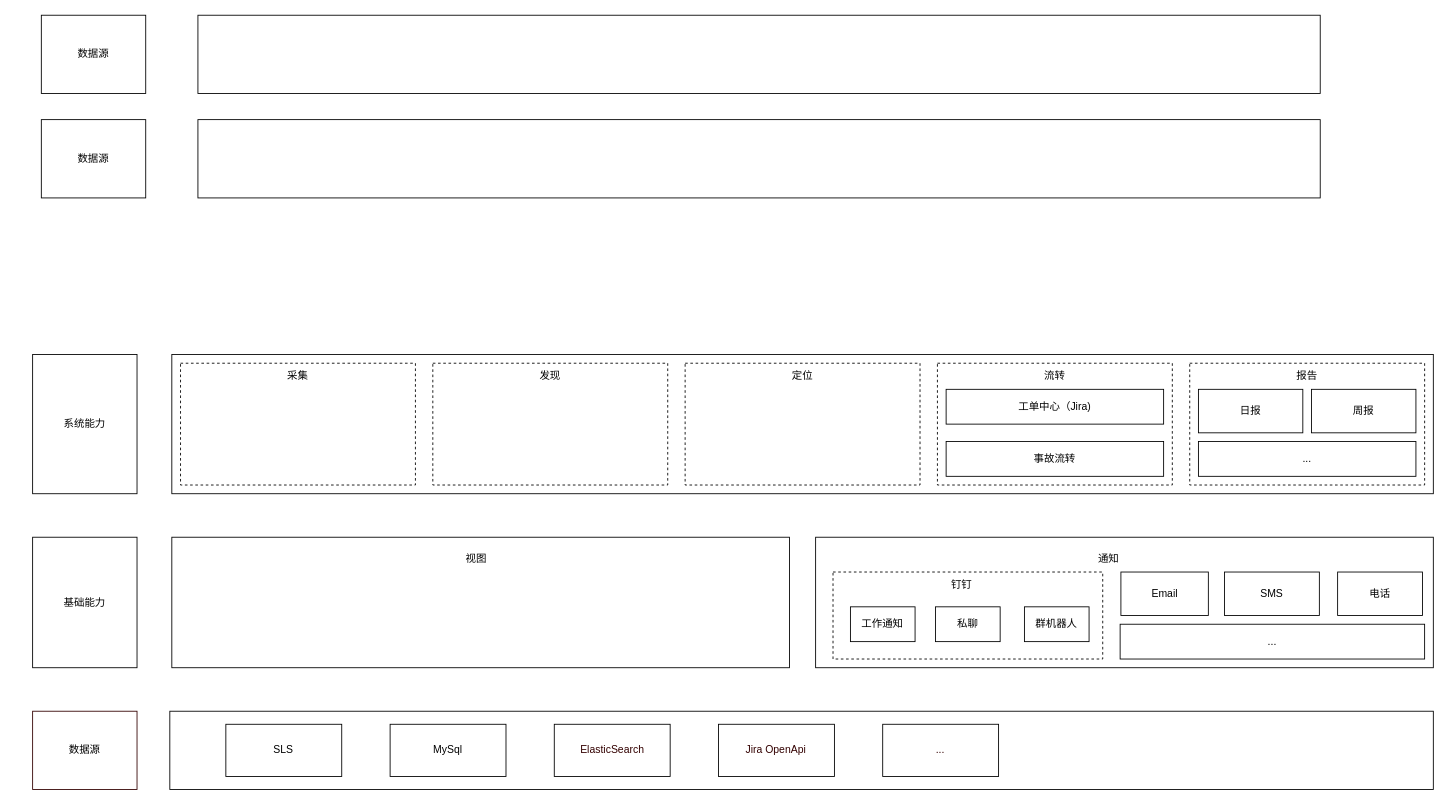
TNT-Likely/diagrams keeps this draw.io diagram as worker/质量大盘.drawio. Above is the earlier version. Source tidied: cells renumbered, new cells numbered last; positions are measured from the earlier drawing's top-left corner, leaving out a move shared by most shapes. Both pictures are drawn from the tidied source at 87%, with x=0, y=0 at pixel (32, 15).
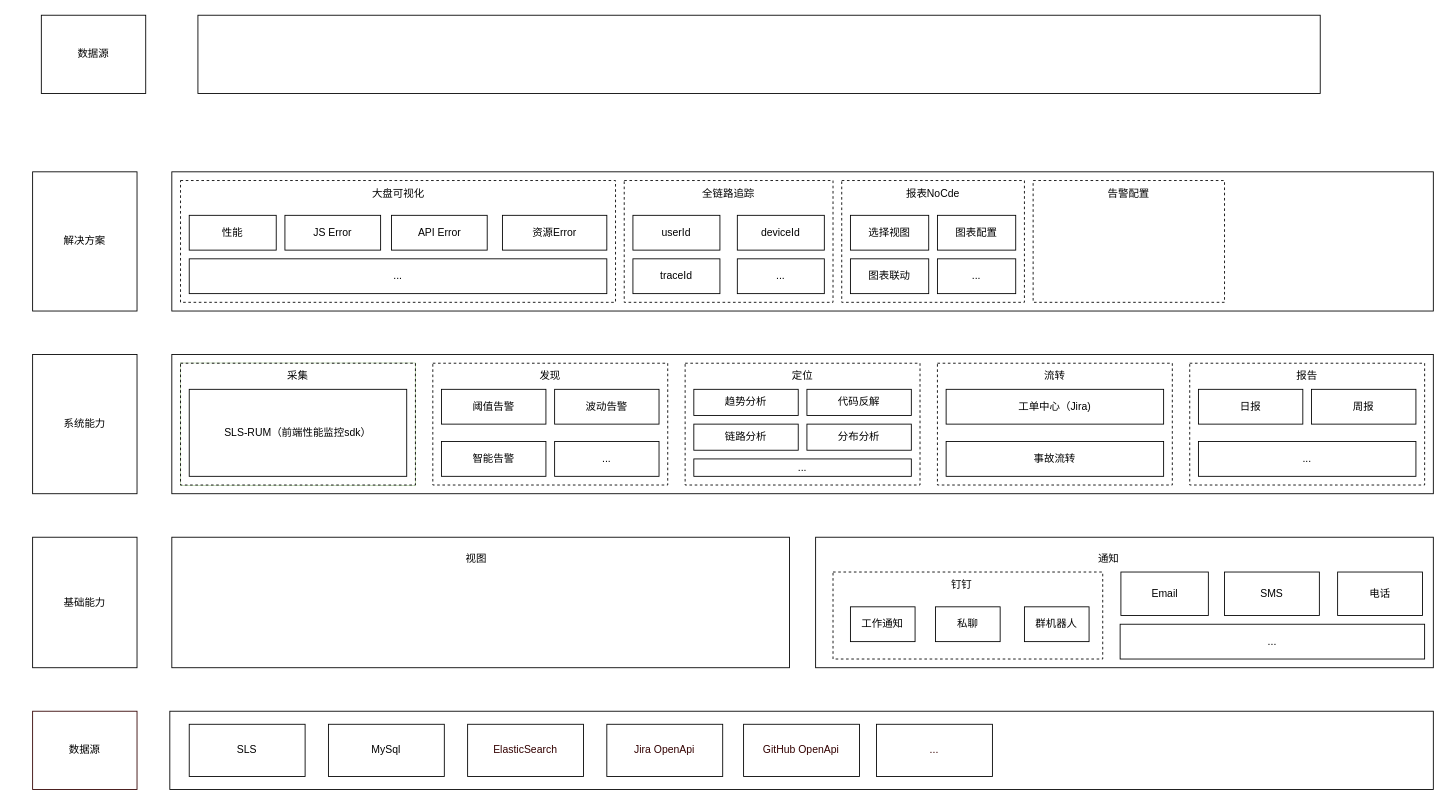
The same diagram, later.

Commit message (it also covers changes not shown here):
更新质量大盘.drawio

The change refers to these unchanged cells:
```xml
<mxCell id="28" style="group;" parent="1" vertex="1">
  <mxGeometry x="460" y="400" width="270" height="140" as="geometry" />
</mxCell>
```

The edit, as a diff of the source:
```diff
@@
-    <mxCell id="2" style="group;" parent="1" vertex="1">
-      <mxGeometry x="10" y="120" width="1470" height="90" as="geometry" />
-    </mxCell>
-    <mxCell id="3" style="group;" parent="2" vertex="1">
-      <mxGeometry width="1470" height="90" as="geometry" />
-    </mxCell>
-    <mxCell id="4" value="数据源" style="rounded=0;whiteSpace=wrap;html=1;" parent="3" vertex="1">
-      <mxGeometry width="120" height="90" as="geometry" />
-    </mxCell>
-    <mxCell id="5" style="rounded=0;whiteSpace=wrap;html=1;" parent="3" vertex="1">
-      <mxGeometry x="180" width="1290" height="90" as="geometry" />
-    </mxCell>
@@
-    <mxCell id="10" style="group;" parent="1" vertex="1">
-      <mxGeometry y="800" width="1610" height="90" as="geometry" />
-    </mxCell>
-    <mxCell id="11" value="数据源" style="rounded=0;whiteSpace=wrap;html=1;strokeColor=#330000;strokeWidth=1;gradientColor=default;fillColor=none;" parent="10" vertex="1">
-      <mxGeometry width="120" height="90" as="geometry" />
-    </mxCell>
-    <mxCell id="12" style="group;" parent="10" vertex="1">
-      <mxGeometry x="177.7" width="1432.3" height="90" as="geometry" />
-    </mxCell>
-    <mxCell id="13" style="rounded=0;whiteSpace=wrap;html=1;strokeColor=default;fillColor=default;strokeWidth=1;" parent="12" vertex="1">
-      <mxGeometry x="-20" width="1452.3" height="90" as="geometry" />
-    </mxCell>
-    <mxCell id="14" value="SLS" style="rounded=0;whiteSpace=wrap;html=1;" parent="12" vertex="1">
-      <mxGeometry x="44.4" y="15" width="133.2" height="60" as="geometry" />
-    </mxCell>
-    <mxCell id="15" value="MySql" style="rounded=0;whiteSpace=wrap;html=1;" parent="12" vertex="1">
-      <mxGeometry x="233.2" y="15" width="133.2" height="60" as="geometry" />
-    </mxCell>
-    <mxCell id="16" value="&lt;font color=&quot;#330000&quot;&gt;ElasticSearch&lt;/font&gt;" style="rounded=0;whiteSpace=wrap;html=1;" parent="12" vertex="1">
-      <mxGeometry x="421.9" y="15" width="133.2" height="60" as="geometry" />
-    </mxCell>
-    <mxCell id="17" value="&lt;font color=&quot;#330000&quot;&gt;Jira OpenApi&lt;/font&gt;" style="rounded=0;whiteSpace=wrap;html=1;" parent="12" vertex="1">
-      <mxGeometry x="610.7" y="15" width="133.2" height="60" as="geometry" />
-    </mxCell>
-    <mxCell id="18" value="&lt;font color=&quot;#330000&quot;&gt;...&lt;/font&gt;" style="rounded=0;whiteSpace=wrap;html=1;" parent="12" vertex="1">
-      <mxGeometry x="799.4" y="15" width="133.2" height="60" as="geometry" />
-    </mxCell>
@@
-    <mxCell id="25" style="group;" parent="1" vertex="1">
+    <mxCell id="25" style="group;fillColor=#d5e8d4;strokeColor=#82b366;" parent="1" vertex="1">
       <mxGeometry x="170" y="400" width="270" height="140" as="geometry" />
     </mxCell>
-    <mxCell id="26" style="rounded=0;whiteSpace=wrap;html=1;dashed=1;" parent="25" vertex="1">
-      <mxGeometry width="270" height="140" as="geometry" />
-    </mxCell>
-    <mxCell id="27" value="采集" style="text;html=1;strokeColor=none;fillColor=none;align=center;verticalAlign=middle;whiteSpace=wrap;rounded=0;" parent="25" vertex="1">
-      <mxGeometry x="105" width="60" height="30" as="geometry" />
-    </mxCell>
@@
-    <mxCell id="31" style="group;" parent="1" vertex="1">
-      <mxGeometry x="750" y="400" width="270" height="140" as="geometry" />
-    </mxCell>
-    <mxCell id="32" style="rounded=0;whiteSpace=wrap;html=1;dashed=1;" parent="31" vertex="1">
-      <mxGeometry width="270" height="140" as="geometry" />
-    </mxCell>
-    <mxCell id="33" value="定位" style="text;html=1;strokeColor=none;fillColor=none;align=center;verticalAlign=middle;whiteSpace=wrap;rounded=0;" parent="31" vertex="1">
-      <mxGeometry x="105" width="60" height="30" as="geometry" />
-    </mxCell>
+    <mxCell id="57" value="阈值告警" style="rounded=0;whiteSpace=wrap;html=1;" parent="28" vertex="1">
+      <mxGeometry x="10" y="30" width="120" height="40" as="geometry" />
+    </mxCell>
+    <mxCell id="58" value="波动告警" style="rounded=0;whiteSpace=wrap;html=1;" parent="28" vertex="1">
+      <mxGeometry x="140" y="30" width="120" height="40" as="geometry" />
+    </mxCell>
+    <mxCell id="59" value="智能告警" style="rounded=0;whiteSpace=wrap;html=1;" parent="28" vertex="1">
+      <mxGeometry x="10" y="90" width="120" height="40" as="geometry" />
+    </mxCell>
+    <mxCell id="60" value="..." style="rounded=0;whiteSpace=wrap;html=1;" parent="28" vertex="1">
+      <mxGeometry x="140" y="90" width="120" height="40" as="geometry" />
+    </mxCell>
@@
     <mxCell id="41" value="日报" style="rounded=0;whiteSpace=wrap;html=1;" parent="1" vertex="1">
-      <mxGeometry x="1340" y="430" width="120" height="50" as="geometry" />
+      <mxGeometry x="1340" y="430" width="120" height="40" as="geometry" />
     </mxCell>
     <mxCell id="42" value="周报" style="rounded=0;whiteSpace=wrap;html=1;" parent="1" vertex="1">
-      <mxGeometry x="1470" y="430" width="120" height="50" as="geometry" />
+      <mxGeometry x="1470" y="430" width="120" height="40" as="geometry" />
     </mxCell>
@@
+    <mxCell id="31" style="group;" parent="1" vertex="1">
+      <mxGeometry x="750" y="400" width="270" height="140" as="geometry" />
+    </mxCell>
+    <mxCell id="32" style="rounded=0;whiteSpace=wrap;html=1;dashed=1;" parent="31" vertex="1">
+      <mxGeometry width="270" height="140" as="geometry" />
+    </mxCell>
+    <mxCell id="33" value="定位" style="text;html=1;strokeColor=none;fillColor=none;align=center;verticalAlign=middle;whiteSpace=wrap;rounded=0;" parent="31" vertex="1">
+      <mxGeometry x="105" width="60" height="30" as="geometry" />
+    </mxCell>
+    <mxCell id="61" value="趋势分析" style="rounded=0;whiteSpace=wrap;html=1;" parent="31" vertex="1">
+      <mxGeometry x="10" y="30" width="120" height="30" as="geometry" />
+    </mxCell>
+    <mxCell id="62" value="链路分析" style="rounded=0;whiteSpace=wrap;html=1;" parent="31" vertex="1">
+      <mxGeometry x="10" y="70" width="120" height="30" as="geometry" />
+    </mxCell>
+    <mxCell id="63" value="代码反解" style="rounded=0;whiteSpace=wrap;html=1;" parent="31" vertex="1">
+      <mxGeometry x="140" y="30" width="120" height="30" as="geometry" />
+    </mxCell>
+    <mxCell id="64" value="分布分析" style="rounded=0;whiteSpace=wrap;html=1;" parent="31" vertex="1">
+      <mxGeometry x="140" y="70" width="120" height="30" as="geometry" />
+    </mxCell>
+    <mxCell id="65" value="..." style="rounded=0;whiteSpace=wrap;html=1;" parent="31" vertex="1">
+      <mxGeometry x="10" y="110" width="250" height="20" as="geometry" />
+    </mxCell>
+    <mxCell id="66" style="group;" parent="1" vertex="1">
+      <mxGeometry x="170" y="400" width="270" height="140" as="geometry" />
+    </mxCell>
+    <mxCell id="26" style="rounded=0;whiteSpace=wrap;html=1;dashed=1;" parent="66" vertex="1">
+      <mxGeometry width="270" height="140" as="geometry" />
+    </mxCell>
+    <mxCell id="27" value="采集" style="text;html=1;strokeColor=none;fillColor=none;align=center;verticalAlign=middle;whiteSpace=wrap;rounded=0;" parent="66" vertex="1">
+      <mxGeometry x="105" width="60" height="30" as="geometry" />
+    </mxCell>
+    <mxCell id="67" value="SLS-RUM（前端性能监控sdk）" style="rounded=0;whiteSpace=wrap;html=1;" parent="66" vertex="1">
+      <mxGeometry x="10" y="30" width="250" height="100" as="geometry" />
+    </mxCell>
+    <mxCell id="3" style="group;dashed=1;" parent="1" vertex="1">
+      <mxGeometry x="-20" y="180" width="1630" height="160" as="geometry" />
+    </mxCell>
+    <mxCell id="5" style="rounded=0;whiteSpace=wrap;html=1;" parent="3" vertex="1">
+      <mxGeometry x="180" width="1450" height="160" as="geometry" />
+    </mxCell>
+    <mxCell id="68" style="rounded=0;whiteSpace=wrap;html=1;dashed=1;" parent="3" vertex="1">
+      <mxGeometry x="190" y="10" width="500" height="140" as="geometry" />
+    </mxCell>
+    <mxCell id="69" value="大盘可视化" style="text;html=1;strokeColor=none;fillColor=none;align=center;verticalAlign=middle;whiteSpace=wrap;rounded=0;" parent="3" vertex="1">
+      <mxGeometry x="402.5" y="10" width="75" height="30" as="geometry" />
+    </mxCell>
+    <mxCell id="70" value="性能" style="rounded=0;whiteSpace=wrap;html=1;" parent="3" vertex="1">
+      <mxGeometry x="200" y="50" width="100" height="40" as="geometry" />
+    </mxCell>
+    <mxCell id="71" value="JS Error" style="rounded=0;whiteSpace=wrap;html=1;" parent="3" vertex="1">
+      <mxGeometry x="310" y="50" width="110" height="40" as="geometry" />
+    </mxCell>
+    <mxCell id="72" value="API Error" style="rounded=0;whiteSpace=wrap;html=1;" parent="3" vertex="1">
+      <mxGeometry x="432.5" y="50" width="110" height="40" as="geometry" />
+    </mxCell>
+    <mxCell id="73" value="资源Error" style="rounded=0;whiteSpace=wrap;html=1;" parent="3" vertex="1">
+      <mxGeometry x="560" y="50" width="120" height="40" as="geometry" />
+    </mxCell>
+    <mxCell id="74" value="..." style="rounded=0;whiteSpace=wrap;html=1;" parent="3" vertex="1">
+      <mxGeometry x="200" y="100" width="480" height="40" as="geometry" />
+    </mxCell>
+    <mxCell id="75" style="rounded=0;whiteSpace=wrap;html=1;dashed=1;" parent="3" vertex="1">
+      <mxGeometry x="700" y="10" width="240" height="140" as="geometry" />
+    </mxCell>
+    <mxCell id="76" value="全链路追踪" style="text;html=1;strokeColor=none;fillColor=none;align=center;verticalAlign=middle;whiteSpace=wrap;rounded=0;" parent="3" vertex="1">
+      <mxGeometry x="785" y="10" width="70" height="30" as="geometry" />
+    </mxCell>
+    <mxCell id="77" value="userId" style="rounded=0;whiteSpace=wrap;html=1;" parent="3" vertex="1">
+      <mxGeometry x="710" y="50" width="100" height="40" as="geometry" />
+    </mxCell>
+    <mxCell id="78" value="deviceId" style="rounded=0;whiteSpace=wrap;html=1;" parent="3" vertex="1">
+      <mxGeometry x="830" y="50" width="100" height="40" as="geometry" />
+    </mxCell>
+    <mxCell id="79" value="traceId" style="rounded=0;whiteSpace=wrap;html=1;" parent="3" vertex="1">
+      <mxGeometry x="710" y="100" width="100" height="40" as="geometry" />
+    </mxCell>
+    <mxCell id="80" value="..." style="rounded=0;whiteSpace=wrap;html=1;" parent="3" vertex="1">
+      <mxGeometry x="830" y="100" width="100" height="40" as="geometry" />
+    </mxCell>
+    <mxCell id="81" style="rounded=0;whiteSpace=wrap;html=1;dashed=1;" parent="3" vertex="1">
+      <mxGeometry x="950" y="10" width="210" height="140" as="geometry" />
+    </mxCell>
+    <mxCell id="82" value="报表NoCde" style="text;html=1;strokeColor=none;fillColor=none;align=center;verticalAlign=middle;whiteSpace=wrap;rounded=0;" parent="3" vertex="1">
+      <mxGeometry x="1020" y="10" width="70" height="30" as="geometry" />
+    </mxCell>
+    <mxCell id="83" value="选择视图" style="rounded=0;whiteSpace=wrap;html=1;" parent="3" vertex="1">
+      <mxGeometry x="960" y="50" width="90" height="40" as="geometry" />
+    </mxCell>
+    <mxCell id="84" value="图表配置" style="rounded=0;whiteSpace=wrap;html=1;" parent="3" vertex="1">
+      <mxGeometry x="1060" y="50" width="90" height="40" as="geometry" />
+    </mxCell>
+    <mxCell id="85" value="图表联动" style="rounded=0;whiteSpace=wrap;html=1;" parent="3" vertex="1">
+      <mxGeometry x="960" y="100" width="90" height="40" as="geometry" />
+    </mxCell>
+    <mxCell id="86" value="..." style="rounded=0;whiteSpace=wrap;html=1;" parent="3" vertex="1">
+      <mxGeometry x="1060" y="100" width="90" height="40" as="geometry" />
+    </mxCell>
+    <mxCell id="87" style="rounded=0;whiteSpace=wrap;html=1;dashed=1;" parent="3" vertex="1">
+      <mxGeometry x="1170" y="10" width="220" height="140" as="geometry" />
+    </mxCell>
+    <mxCell id="88" value="告警配置" style="text;html=1;strokeColor=none;fillColor=none;align=center;verticalAlign=middle;whiteSpace=wrap;rounded=0;" parent="3" vertex="1">
+      <mxGeometry x="1250" y="10" width="60" height="30" as="geometry" />
+    </mxCell>
+    <mxCell id="4" value="解决方案" style="rounded=0;whiteSpace=wrap;html=1;" parent="1" vertex="1">
+      <mxGeometry y="180" width="120" height="160" as="geometry" />
+    </mxCell>
+    <mxCell id="11" value="数据源" style="rounded=0;whiteSpace=wrap;html=1;strokeColor=#330000;strokeWidth=1;gradientColor=default;fillColor=none;" parent="1" vertex="1">
+      <mxGeometry y="800" width="120" height="90" as="geometry" />
+    </mxCell>
+    <mxCell id="89" style="group;" parent="1" vertex="1">
+      <mxGeometry x="157.7" y="800" width="1452.3" height="90" as="geometry" />
+    </mxCell>
+    <mxCell id="13" style="rounded=0;whiteSpace=wrap;html=1;strokeColor=default;fillColor=default;strokeWidth=1;" parent="89" vertex="1">
+      <mxGeometry width="1452.3" height="90" as="geometry" />
+    </mxCell>
+    <mxCell id="14" value="SLS" style="rounded=0;whiteSpace=wrap;html=1;" parent="89" vertex="1">
+      <mxGeometry x="22.3" y="15" width="133.2" height="60" as="geometry" />
+    </mxCell>
+    <mxCell id="15" value="MySql" style="rounded=0;whiteSpace=wrap;html=1;" parent="89" vertex="1">
+      <mxGeometry x="182.3" y="15" width="133.2" height="60" as="geometry" />
+    </mxCell>
+    <mxCell id="16" value="&lt;font color=&quot;#330000&quot;&gt;ElasticSearch&lt;/font&gt;" style="rounded=0;whiteSpace=wrap;html=1;" parent="89" vertex="1">
+      <mxGeometry x="342.3" y="15" width="133.2" height="60" as="geometry" />
+    </mxCell>
+    <mxCell id="17" value="&lt;font color=&quot;#330000&quot;&gt;Jira OpenApi&lt;/font&gt;" style="rounded=0;whiteSpace=wrap;html=1;" parent="89" vertex="1">
+      <mxGeometry x="502.3" y="15" width="133.2" height="60" as="geometry" />
+    </mxCell>
+    <mxCell id="18" value="&lt;font color=&quot;#330000&quot;&gt;...&lt;/font&gt;" style="rounded=0;whiteSpace=wrap;html=1;" parent="89" vertex="1">
+      <mxGeometry x="812.3" y="15" width="133.2" height="60" as="geometry" />
+    </mxCell>
+    <mxCell id="90" value="&lt;font color=&quot;#330000&quot;&gt;GitHub OpenApi&lt;/font&gt;" style="rounded=0;whiteSpace=wrap;html=1;" parent="89" vertex="1">
+      <mxGeometry x="659.5" y="15" width="133.2" height="60" as="geometry" />
+    </mxCell>
```
